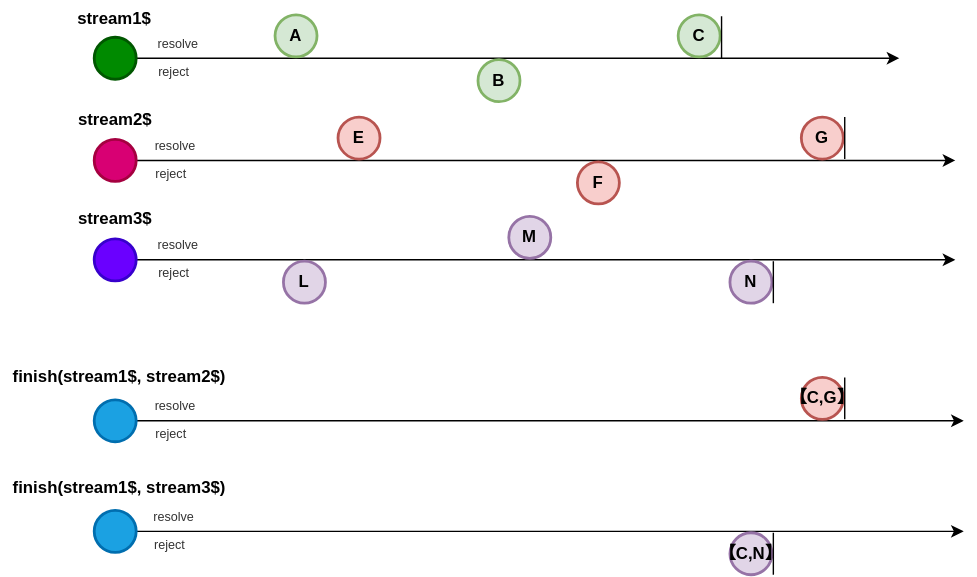
fluthjs/fluth-doc keeps this draw.io diagram as docs/public/finish.drawio.svg. Above is the earlier version. Source tidied: cells renumbered, new cells last; positions are measured from the earlier drawing's top-left corner, leaving out a move shared by most shapes.
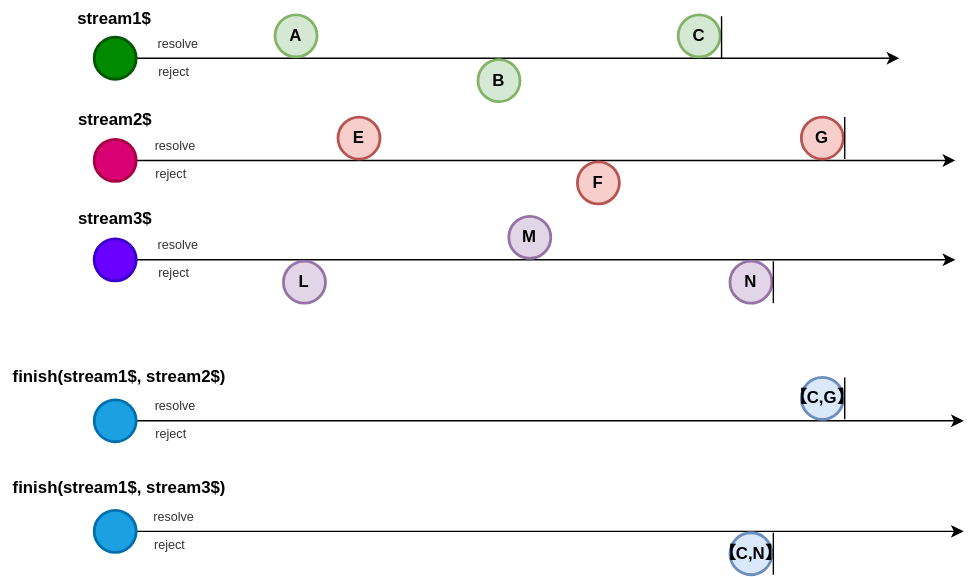
After the commit.

The edit, as a diff of the source:
```diff
@@ -71,7 +71,7 @@
     <mxCell id="18" style="ellipse;whiteSpace=wrap;html=1;strokeWidth=2;fontStyle=1;fillColor=#1ba1e2;fontColor=#ffffff;strokeColor=#006EAF;" parent="1" vertex="1">
       <mxGeometry x="67.8" y="285" width="30" height="30" as="geometry" />
     </mxCell>
-    <mxCell id="19" value="&lt;span style=&quot;color: rgb(0, 0, 0);&quot;&gt;【C,G】&lt;/span&gt;" style="ellipse;whiteSpace=wrap;html=1;strokeWidth=2;fontStyle=1;fillColor=#f8cecc;strokeColor=#b85450;" parent="1" vertex="1">
+    <mxCell id="19" value="&lt;span style=&quot;color: rgb(0, 0, 0);&quot;&gt;【C,G】&lt;/span&gt;" style="ellipse;whiteSpace=wrap;html=1;strokeWidth=2;fontStyle=1;fillColor=#dae8fc;strokeColor=#6c8ebf;" parent="1" vertex="1">
       <mxGeometry x="573" y="269" width="30" height="30" as="geometry" />
     </mxCell>
     <mxCell id="20" style="edgeStyle=orthogonalEdgeStyle;rounded=0;jettySize=auto;html=1;exitX=1;exitY=0.5;exitDx=0;exitDy=0;" parent="1" edge="1" source="22">
@@ -114,7 +114,7 @@
     <mxCell id="29" style="ellipse;whiteSpace=wrap;html=1;strokeWidth=2;fontStyle=1;fillColor=#1ba1e2;fontColor=#ffffff;strokeColor=#006EAF;" parent="1" vertex="1">
       <mxGeometry x="67.8" y="364" width="30" height="30" as="geometry" />
     </mxCell>
-    <mxCell id="30" value="&lt;span style=&quot;color: rgb(0, 0, 0);&quot;&gt;【C,N】&lt;/span&gt;" style="ellipse;whiteSpace=wrap;html=1;strokeWidth=2;fontStyle=1;fillColor=#e1d5e7;strokeColor=#9673a6;" parent="1" vertex="1">
+    <mxCell id="30" value="&lt;span style=&quot;color: rgb(0, 0, 0);&quot;&gt;【C,N】&lt;/span&gt;" style="ellipse;whiteSpace=wrap;html=1;strokeWidth=2;fontStyle=1;fillColor=#dae8fc;strokeColor=#6c8ebf;" parent="1" vertex="1">
       <mxGeometry x="522" y="380" width="30" height="30" as="geometry" />
     </mxCell>
     <mxCell id="31" value="resolve" style="text;html=1;align=center;verticalAlign=middle;whiteSpace=wrap;rounded=0;fontSize=9;fontColor=#333333;" parent="1" vertex="1">
```
